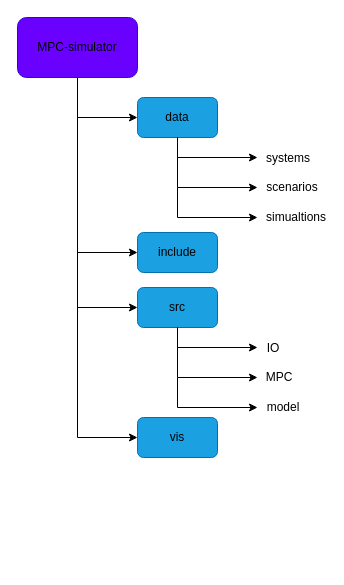
gotvinne/Light-weight-MPC keeps this draw.io diagram as fig/mpc-simulator-structure.drawio. Above is the earlier version. Source tidied: cells renumbered, new cells numbered last; positions are measured from the earlier drawing's top-left corner, leaving out a move shared by most shapes. Both pictures are drawn from the tidied source at 100%, with x=0, y=0 at pixel (17, 17).
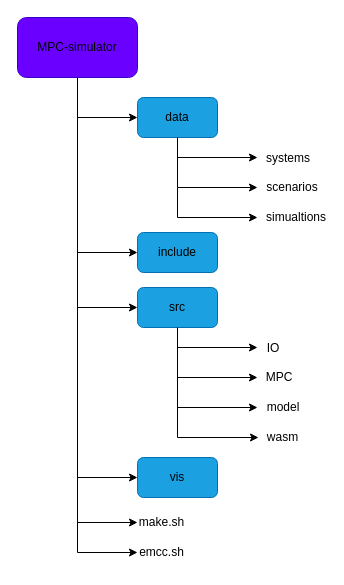
The same diagram, later.

The change refers to these unchanged cells:
```xml
<mxCell id="11" value="&lt;font color=&quot;#000000&quot;&gt;MPC-simulator&lt;/font&gt;" style="rounded=1;whiteSpace=wrap;html=1;fillColor=#6a00ff;fontColor=#ffffff;strokeColor=#3700CC;" parent="1" vertex="1">
  <mxGeometry width="120" height="60" as="geometry" />
</mxCell>
<mxCell id="15" value="&lt;font color=&quot;#000000&quot;&gt;src&lt;/font&gt;" style="rounded=1;whiteSpace=wrap;html=1;fillColor=#1ba1e2;fontColor=#ffffff;strokeColor=#006EAF;" parent="1" vertex="1">
  <mxGeometry x="120" y="270" width="80" height="40" as="geometry" />
</mxCell>
```

The edit, as a diff of the source:
```diff
@@
+    <mxCell id="23" style="edgeStyle=orthogonalEdgeStyle;rounded=0;jettySize=auto;html=1;exitX=0.5;exitY=1;exitDx=0;exitDy=0;entryX=0;entryY=0.5;entryDx=0;entryDy=0;" parent="1" edge="1" source="11" target="27">
+      <mxGeometry relative="1" as="geometry" />
+    </mxCell>
+    <mxCell id="24" style="edgeStyle=orthogonalEdgeStyle;rounded=0;jettySize=auto;html=1;exitX=0.5;exitY=1;exitDx=0;exitDy=0;entryX=0;entryY=0.5;entryDx=0;entryDy=0;" parent="1" edge="1" source="11" target="28">
+      <mxGeometry relative="1" as="geometry" />
+    </mxCell>
@@
+    <mxCell id="25" style="edgeStyle=orthogonalEdgeStyle;rounded=0;jettySize=auto;html=1;exitX=0.5;exitY=1;exitDx=0;exitDy=0;entryX=0;entryY=0.5;entryDx=0;entryDy=0;" parent="1" edge="1" source="15" target="26">
+      <mxGeometry relative="1" as="geometry" />
+    </mxCell>
@@
     <mxCell id="22" value="&lt;font color=&quot;#000000&quot;&gt;vis&lt;/font&gt;" style="rounded=1;whiteSpace=wrap;html=1;fillColor=#1ba1e2;fontColor=#ffffff;strokeColor=#006EAF;" parent="1" vertex="1">
-      <mxGeometry x="120" y="400" width="80" height="40" as="geometry" />
+      <mxGeometry x="120" y="440" width="80" height="40" as="geometry" />
     </mxCell>
+    <mxCell id="26" value="wasm" style="text;html=1;strokeColor=none;fillColor=none;align=center;verticalAlign=middle;whiteSpace=wrap;rounded=0;" parent="1" vertex="1">
+      <mxGeometry x="241" y="405" width="49" height="30" as="geometry" />
+    </mxCell>
+    <mxCell id="27" value="make.sh" style="text;html=1;strokeColor=none;fillColor=none;align=center;verticalAlign=middle;whiteSpace=wrap;rounded=0;" parent="1" vertex="1">
+      <mxGeometry x="120" y="490" width="49" height="30" as="geometry" />
+    </mxCell>
+    <mxCell id="28" value="emcc.sh" style="text;html=1;strokeColor=none;fillColor=none;align=center;verticalAlign=middle;whiteSpace=wrap;rounded=0;" parent="1" vertex="1">
+      <mxGeometry x="120" y="520" width="49" height="30" as="geometry" />
+    </mxCell>
```
